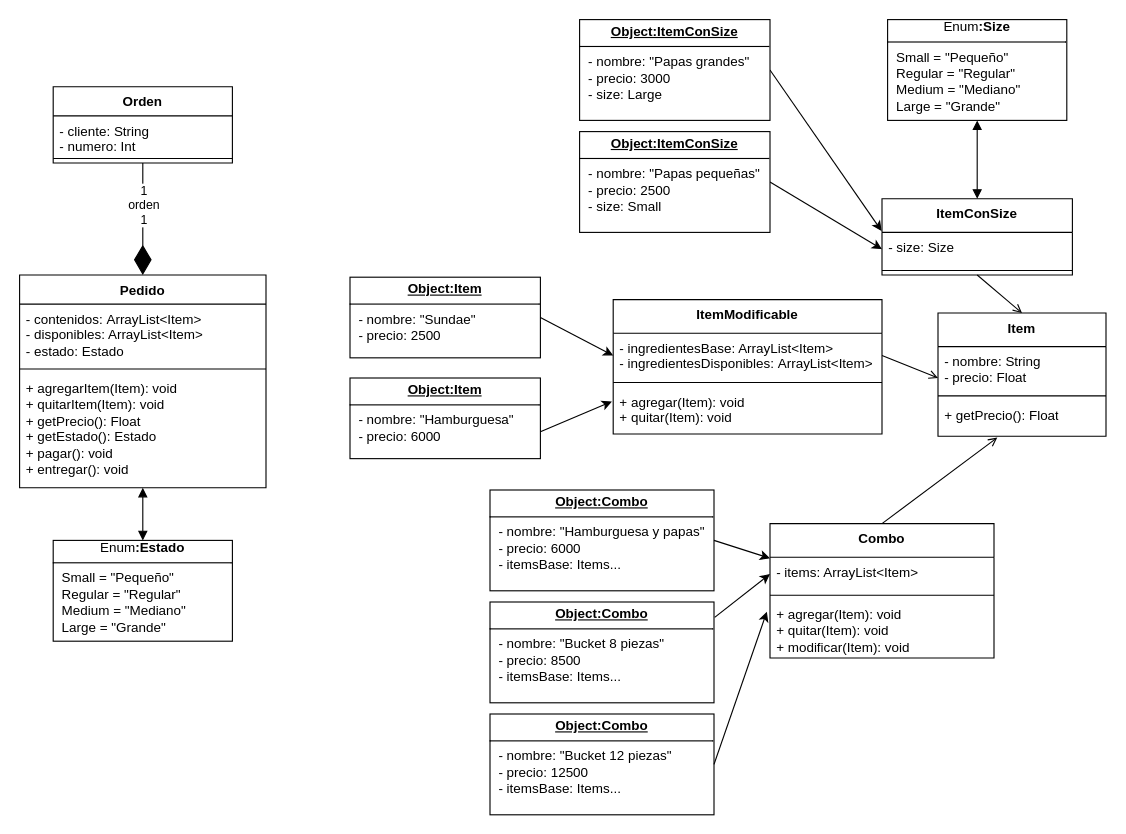
Before: uml.drawio in Zasa-san/inspt-programacion2, a draw.io diagram. Source tidied: cells renumbered, new cells numbered last; positions are measured from the earlier drawing's top-left corner, leaving out a move shared by most shapes. Both pictures are drawn from the tidied source at 112%, with x=0, y=0 at pixel (19, 19).
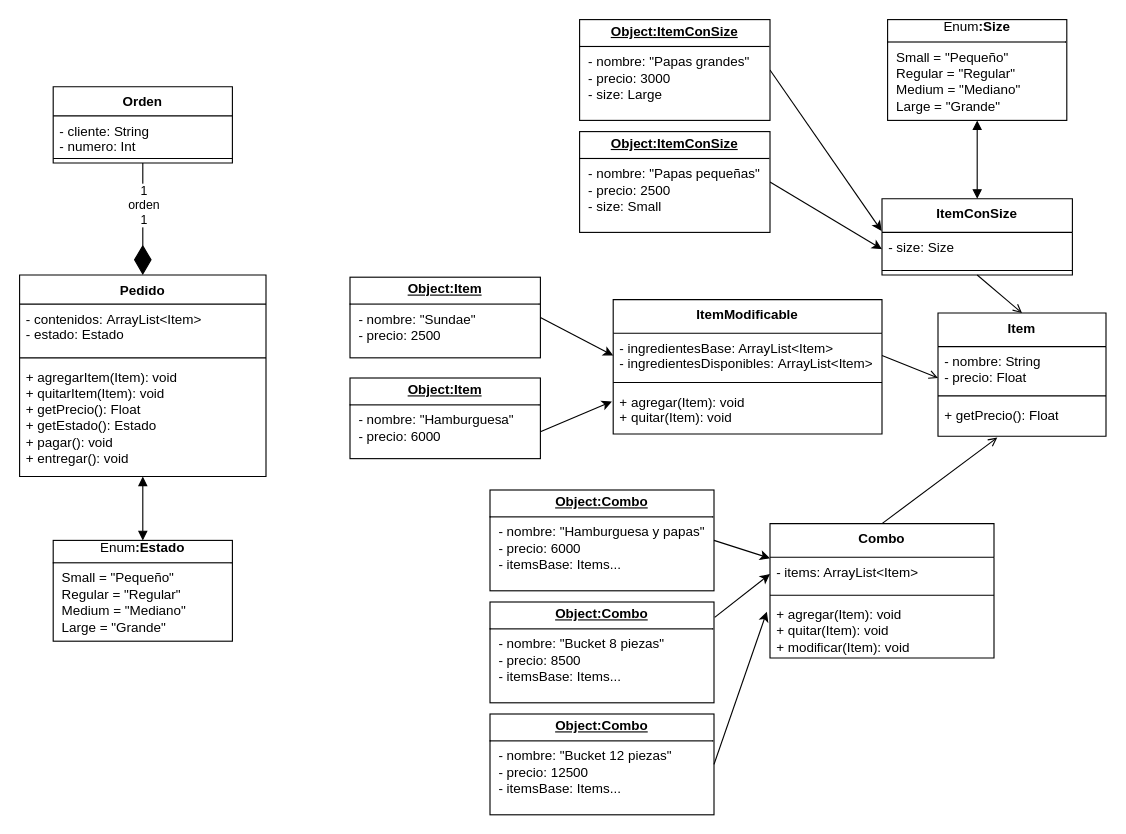
The same diagram, later.

Commit message:
corrección uml

What changed in the source:
```diff
@@
     <mxCell id="2" value="Pedido" style="swimlane;fontStyle=1;align=center;verticalAlign=top;horizontal=1;startSize=26;whiteSpace=wrap;html=1;" parent="1" vertex="1">
-      <mxGeometry y="228" width="220" height="190" as="geometry" />
+      <mxGeometry y="228" width="220" height="180" as="geometry" />
     </mxCell>
-    <mxCell id="3" value="&lt;div&gt;- contenidos:&amp;nbsp;ArrayList&amp;lt;Item&amp;gt;&lt;/div&gt;&lt;div&gt;- disponibles: ArrayList&amp;lt;Item&amp;gt;&lt;/div&gt;&lt;div&gt;- estado: Estado&amp;nbsp;&lt;/div&gt;" style="text;strokeColor=none;fillColor=none;align=left;verticalAlign=top;spacingLeft=4;spacingRight=4;overflow=hidden;whiteSpace=wrap;html=1;" parent="2" vertex="1">
-      <mxGeometry y="26" width="220" height="54" as="geometry" />
+    <mxCell id="3" value="&lt;div&gt;- contenidos:&amp;nbsp;ArrayList&amp;lt;Item&amp;gt;&lt;/div&gt;&lt;div&gt;- estado: Estado&amp;nbsp;&lt;/div&gt;" style="text;strokeColor=none;fillColor=none;align=left;verticalAlign=top;spacingLeft=4;spacingRight=4;overflow=hidden;whiteSpace=wrap;html=1;" parent="2" vertex="1">
+      <mxGeometry y="26" width="220" height="44" as="geometry" />
     </mxCell>
     <mxCell id="4" style="line;strokeWidth=1;fillColor=none;align=left;verticalAlign=middle;spacingTop=-1;spacingLeft=3;spacingRight=3;labelPosition=right;strokeColor=inherit;" parent="2" vertex="1">
-      <mxGeometry y="80" width="220" height="8" as="geometry" />
+      <mxGeometry y="70" width="220" height="8" as="geometry" />
     </mxCell>
     <mxCell id="5" value="&lt;div&gt;+ agregarItem(Item): void&lt;/div&gt;&lt;div&gt;+ quitarItem(Item): void&lt;/div&gt;&lt;div&gt;+ getPrecio(): Float&lt;/div&gt;&lt;div&gt;+ getEstado(): Estado&lt;/div&gt;&lt;div&gt;+ pagar(): void&lt;/div&gt;&lt;div&gt;+ entregar(): void&lt;/div&gt;" style="text;strokeColor=none;fillColor=none;align=left;verticalAlign=top;spacingLeft=4;spacingRight=4;overflow=hidden;points=[[0,0.5],[1,0.5]];portConstraint=eastwest;whiteSpace=wrap;html=1;" parent="2" vertex="1">
-      <mxGeometry y="88" width="220" height="102" as="geometry" />
+      <mxGeometry y="78" width="220" height="102" as="geometry" />
     </mxCell>
```
